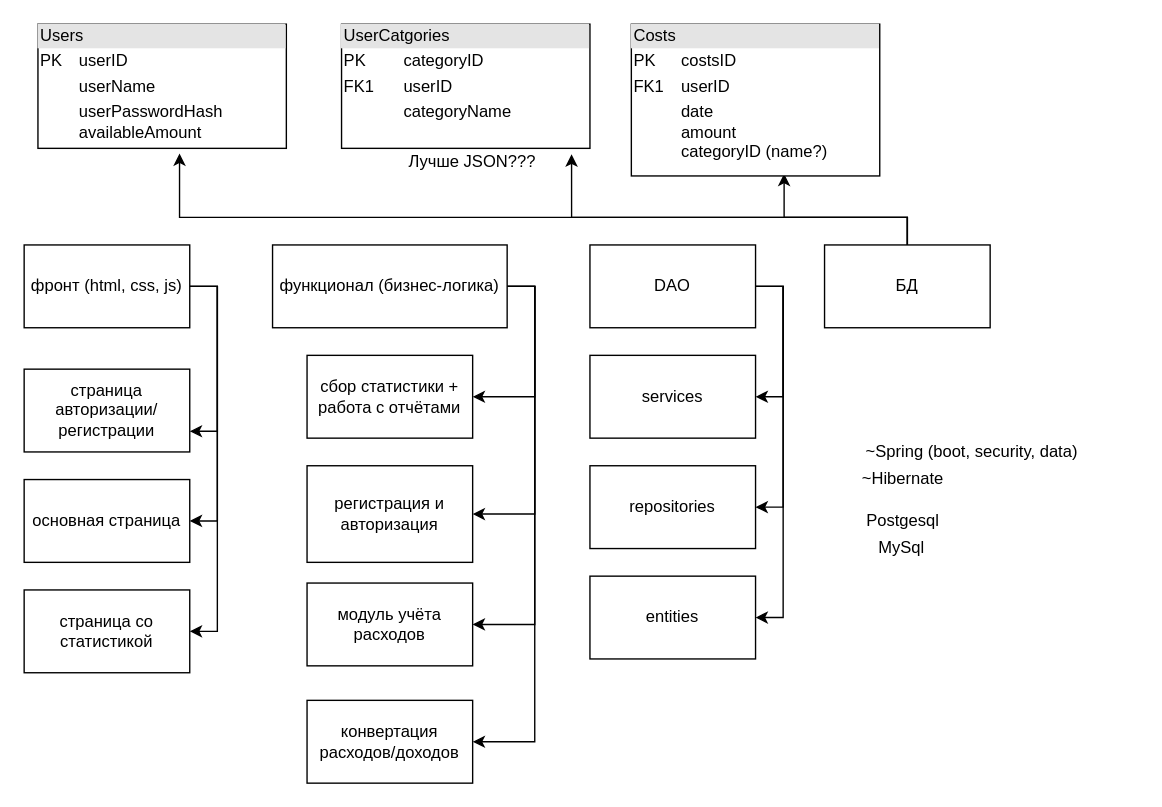
The draw.io diagram Untitled Diagram.drawio in neonestea/MyCosts, before the edit. Source tidied: cells renumbered, new cells numbered last; positions are measured from the earlier drawing's top-left corner, leaving out a move shared by most shapes. Both pictures are drawn from the tidied source at 138%, with x=0, y=0 at pixel (23, 23).
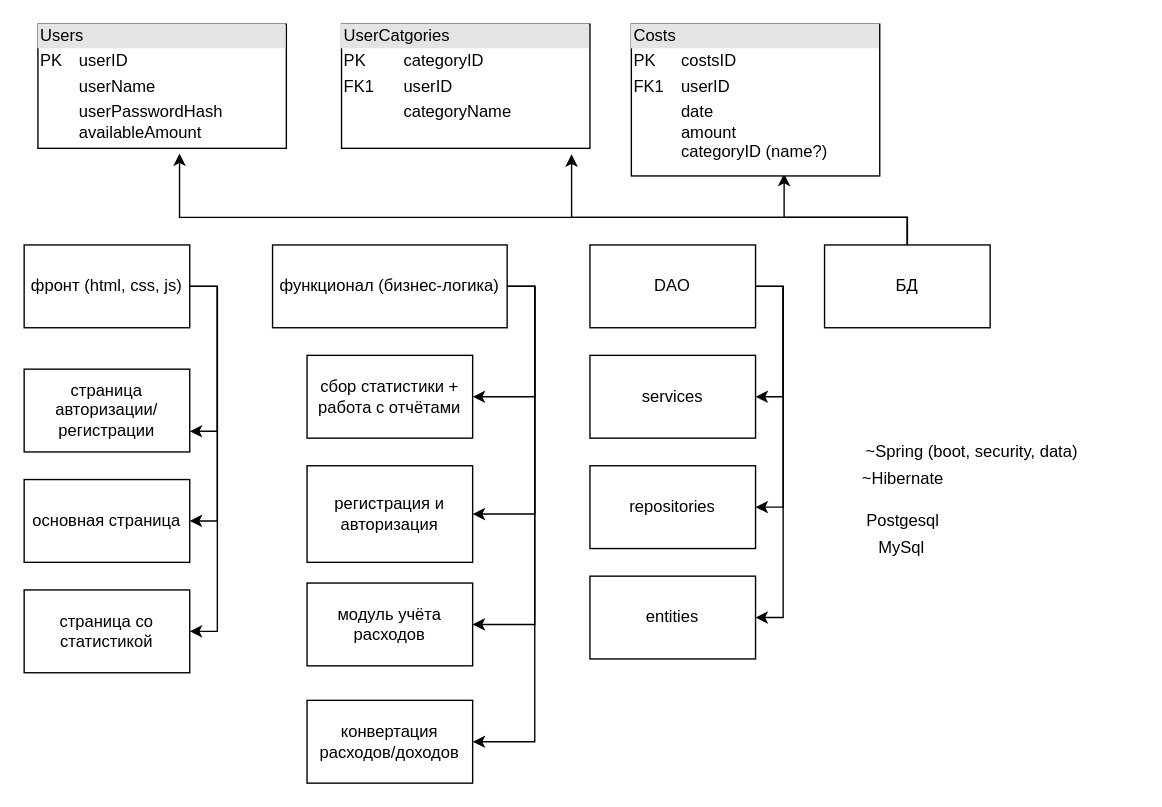
The same diagram, later.

Change to the diagram source:
```diff
@@
-    <mxCell id="22" value="Лучше JSON???" style="text;html=1;strokeColor=none;fillColor=none;align=center;verticalAlign=middle;whiteSpace=wrap;rounded=0;" parent="1" vertex="1">
-      <mxGeometry x="270" y="90" width="110" height="20" as="geometry" />
-    </mxCell>
```
